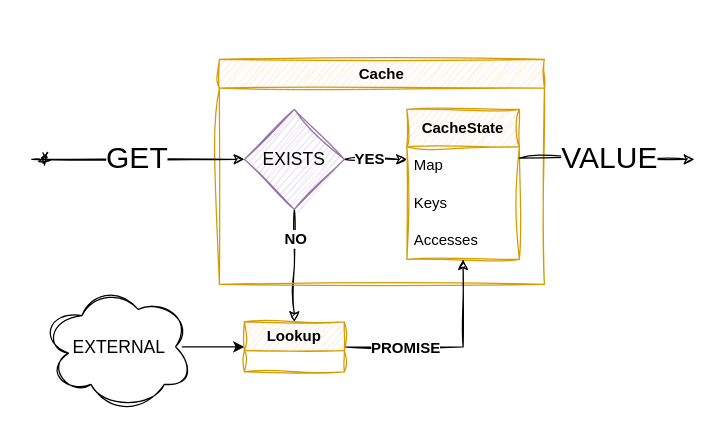
Earlier version of the draw.io diagram assets/images/2023/12/ziocache.drawio (stevenrskelton/stevenrskelton.github.io). Source tidied: cells renumbered, new cells numbered last; positions are measured from the earlier drawing's top-left corner, leaving out a move shared by most shapes. Both pictures are drawn from the tidied source at 125%, with x=0, y=0 at pixel (31, 59).
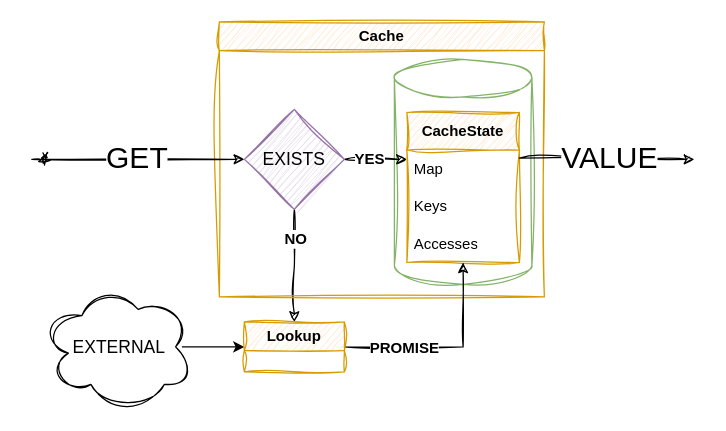
After the change.

The edit, as a diff of the source:
```diff
@@
     <mxCell id="5" value="Cache" style="swimlane;whiteSpace=wrap;html=1;fillColor=#ffe6cc;strokeColor=#d79b00;rounded=0;sketch=1;curveFitting=1;jiggle=2;" parent="1" vertex="1">
-      <mxGeometry x="150" width="260" height="180" as="geometry" />
+      <mxGeometry x="150" y="-30" width="260" height="220" as="geometry" />
     </mxCell>
+    <mxCell id="20" style="shape=cylinder3;whiteSpace=wrap;html=1;boundedLbl=1;backgroundOutline=1;size=15;sketch=1;curveFitting=1;jiggle=2;fillColor=none;strokeColor=#82b366;shadow=0;fillStyle=auto;gradientColor=none;" parent="5" vertex="1">
+      <mxGeometry x="140" y="30" width="110" height="180" as="geometry" />
+    </mxCell>
+    <mxCell id="10" value="YES" style="edgeStyle=orthogonalEdgeStyle;rounded=0;jettySize=auto;html=1;fontSize=12;fontStyle=1;sketch=1;curveFitting=1;jiggle=2;" parent="5" edge="1" source="11">
+      <mxGeometry x="-0.21" relative="1" as="geometry">
+        <mxPoint x="150" y="110" as="targetPoint" />
+      </mxGeometry>
+    </mxCell>
+    <mxCell id="11" value="EXISTS" style="rhombus;whiteSpace=wrap;html=1;fontSize=14;fillColor=#e1d5e7;strokeColor=#9673a6;sketch=1;curveFitting=1;jiggle=2;" parent="5" vertex="1">
+      <mxGeometry x="20" y="70" width="80" height="80" as="geometry" />
+    </mxCell>
     <mxCell id="6" value="CacheState" style="swimlane;fontStyle=1;horizontal=1;startSize=30;whiteSpace=wrap;html=1;fillColor=#ffe6cc;strokeColor=#d79b00;rounded=0;swimlaneLine=1;glass=0;shadow=0;sketch=1;curveFitting=1;jiggle=2;" parent="5" vertex="1">
-      <mxGeometry x="150" y="40" width="90" height="120" as="geometry" />
+      <mxGeometry x="150" y="72.5" width="90" height="120" as="geometry" />
     </mxCell>
@@
-    <mxCell id="10" value="YES" style="edgeStyle=orthogonalEdgeStyle;rounded=0;jettySize=auto;html=1;fontSize=12;fontStyle=1;sketch=1;curveFitting=1;jiggle=2;" parent="5" edge="1" source="11">
-      <mxGeometry x="-0.21" relative="1" as="geometry">
-        <mxPoint x="150" y="80" as="targetPoint" />
-      </mxGeometry>
-    </mxCell>
-    <mxCell id="11" value="EXISTS" style="rhombus;whiteSpace=wrap;html=1;fontSize=14;fillColor=#e1d5e7;strokeColor=#9673a6;sketch=1;curveFitting=1;jiggle=2;" parent="5" vertex="1">
-      <mxGeometry x="20" y="40" width="80" height="80" as="geometry" />
-    </mxCell>
```
